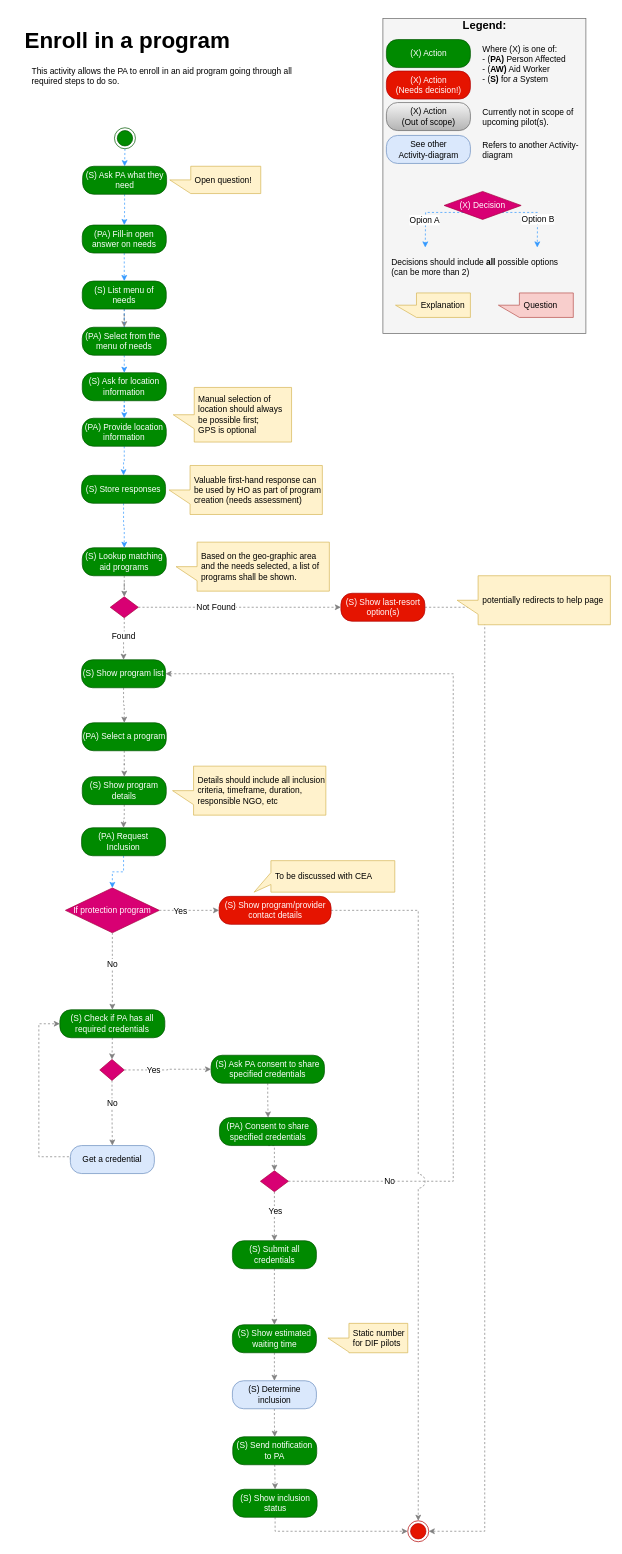
The draw.io diagram Activity Diagrams/Enroll in a program activity.drawio in nsward/diagrams, before the edit. Source tidied: cells renumbered, new cells numbered last; positions are measured from the earlier drawing's top-left corner, leaving out a move shared by most shapes. Both pictures are drawn from the tidied source at 70%, with x=0, y=0 at pixel (12, 12).
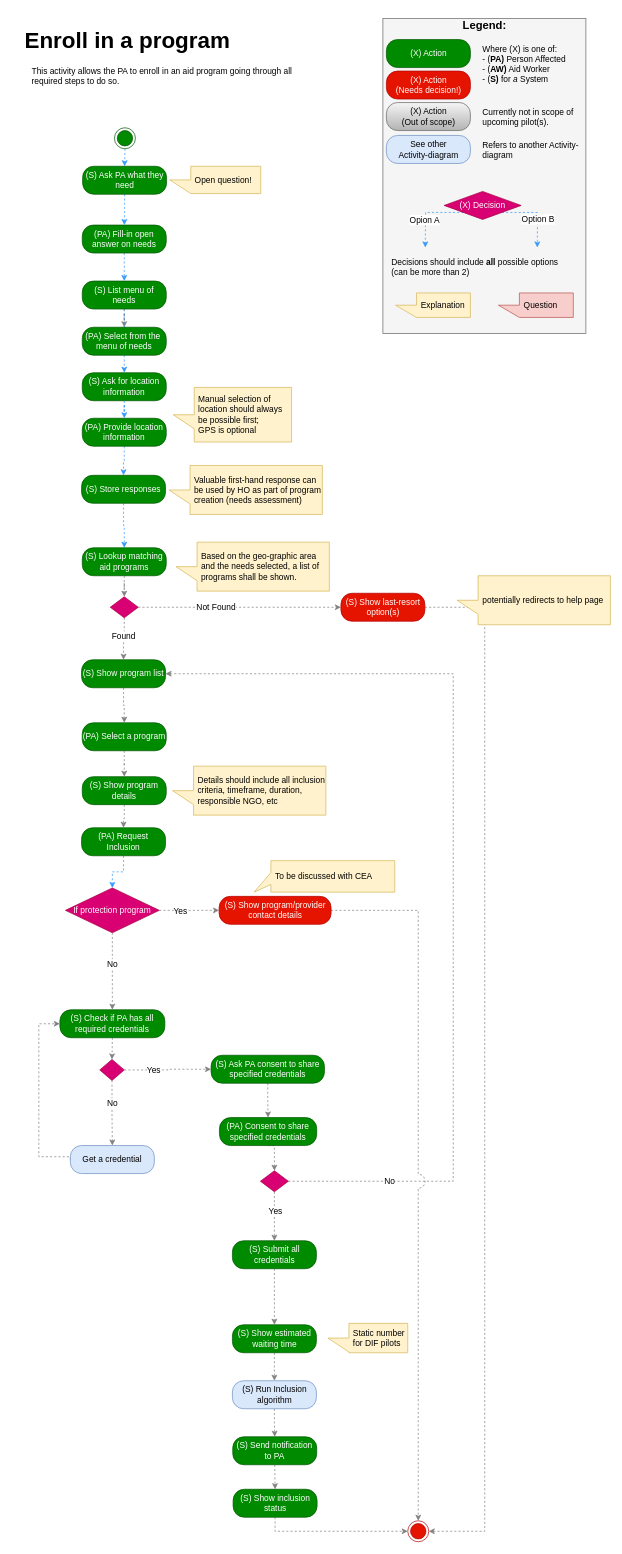
The same diagram, later.

What changed in the source:
```diff
@@
-    <mxCell id="39" value="(S) Determine inclusion" style="rounded=1;whiteSpace=wrap;html=1;arcSize=40;fillColor=#dae8fc;strokeColor=#6c8ebf;" parent="1" vertex="1">
+    <mxCell id="39" value="(S) Run Inclusion algorithm" style="rounded=1;whiteSpace=wrap;html=1;arcSize=40;fillColor=#dae8fc;strokeColor=#6c8ebf;" parent="1" vertex="1">
       <mxGeometry x="314.5" y="1955" width="120" height="40" as="geometry" />
     </mxCell>
```
